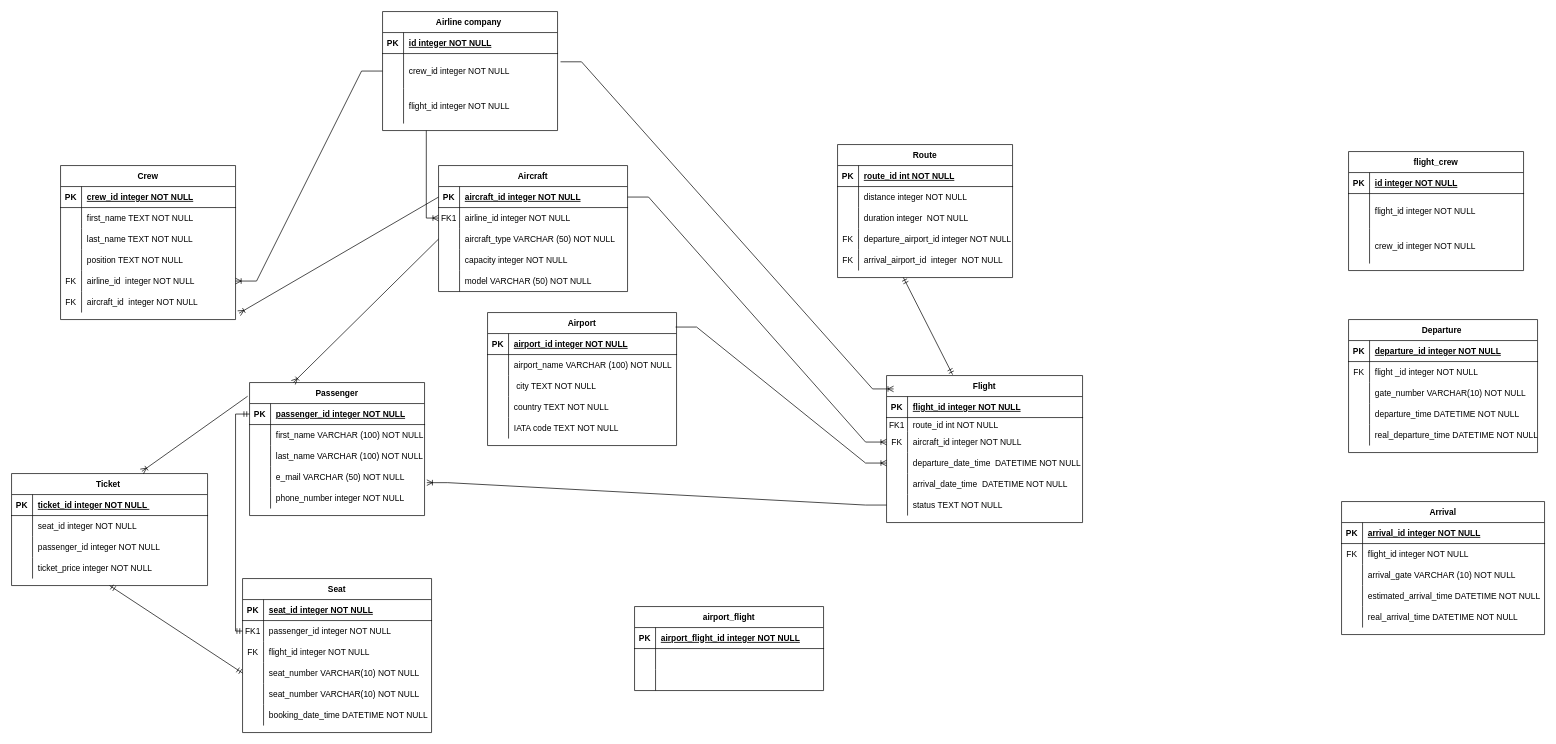
This is model_conceptual.drawio from vladmagosin/examen_sem_1_db, a draw.io file, before an edit. Source tidied: cells renumbered, new cells numbered last; positions are measured from the earlier drawing's top-left corner, leaving out a move shared by most shapes. Both pictures are drawn from the tidied source at 70%, with x=0, y=0 at pixel (11, 11).
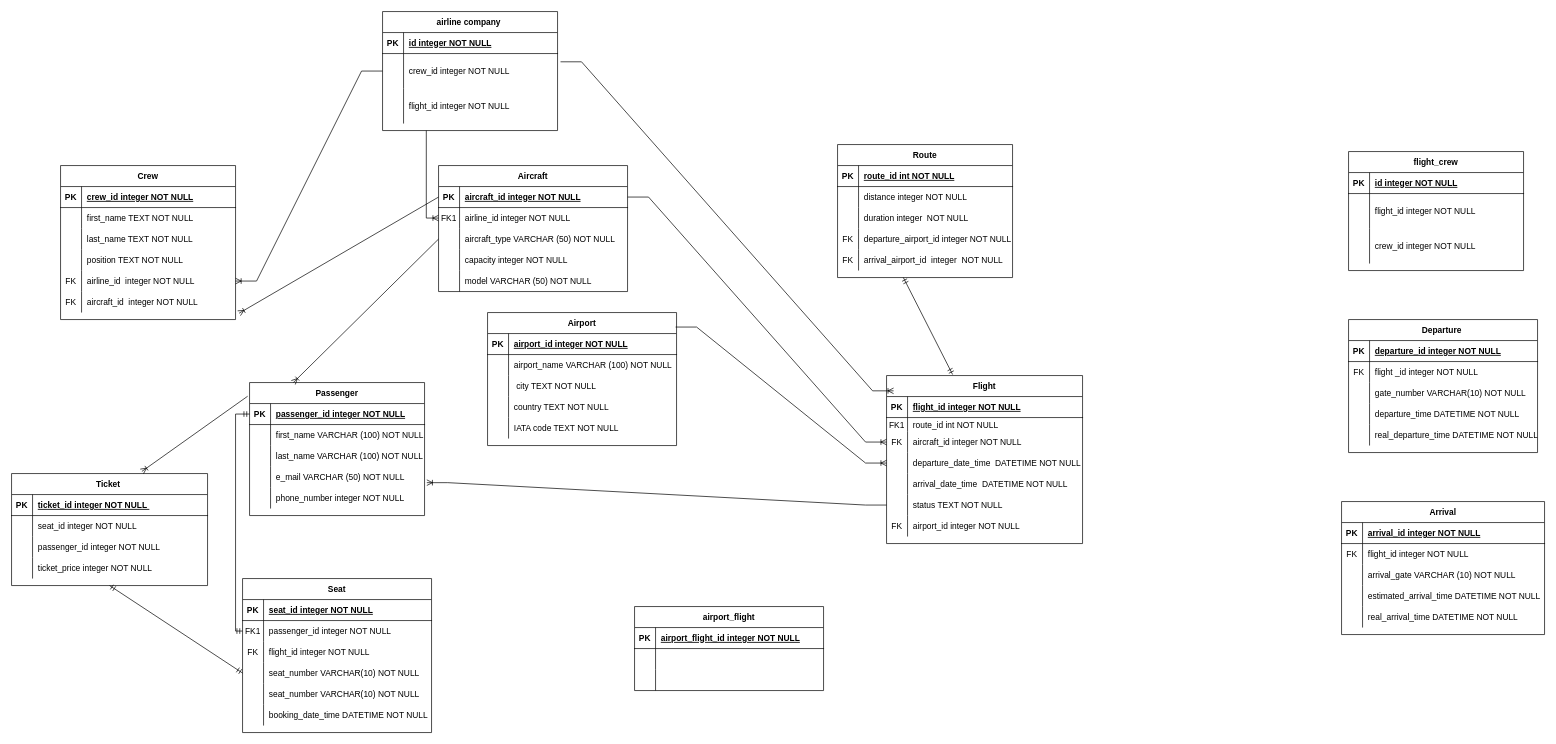
The same diagram, later.

Change to the diagram source:
```diff
@@
-    <mxCell id="34" value="Airline company " style="shape=table;startSize=30;childLayout=tableLayout;rowLines=0;fontStyle=1;align=center;" parent="1" vertex="1">
+    <mxCell id="34" value="airline company " style="shape=table;startSize=30;childLayout=tableLayout;rowLines=0;fontStyle=1;align=center;" parent="1" vertex="1">
       <mxGeometry x="530" width="250" height="170" as="geometry" />
     </mxCell>
@@
     <mxCell id="44" value="Flight" style="shape=table;startSize=30;childLayout=tableLayout;rowLines=0;fontStyle=1;align=center;" parent="1" vertex="1">
-      <mxGeometry x="1250" y="520" width="280" height="210" as="geometry" />
+      <mxGeometry x="1250" y="520" width="280" height="240" as="geometry" />
     </mxCell>
@@
+    <mxCell id="210" style="shape=partialRectangle;fillColor=none;top=0;left=0;right=0;bottom=0;" parent="44" vertex="1">
+      <mxGeometry y="200" width="280" height="30" as="geometry" />
+    </mxCell>
+    <mxCell id="211" value="FK" style="shape=partialRectangle;overflow=hidden;fillColor=none;top=0;left=0;bottom=0;right=0;" parent="210" vertex="1">
+      <mxGeometry width="30" height="30" as="geometry" />
+    </mxCell>
+    <mxCell id="212" value="airport_id integer NOT NULL " style="shape=partialRectangle;overflow=hidden;fillColor=none;top=0;left=0;bottom=0;right=0;align=left;spacingLeft=6;" parent="210" vertex="1">
+      <mxGeometry x="30" width="250" height="30" as="geometry" />
+    </mxCell>
```
